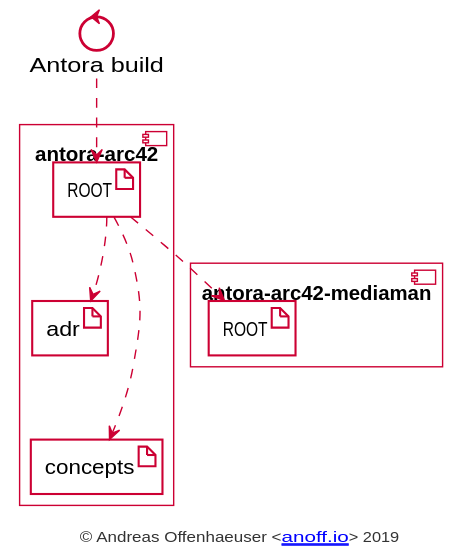
The PlantUML diagram assets/antora-puml/antora-component-setup.svg in anoff/blog, before a commit. Its diagram source:
```plantuml
@startuml antora-component-setup



skinparam ActivityBackgroundColor #ffffff
skinparam ActivityBorderColor #c03
skinparam ActivityBorderThickness 1
skinparam ActivityDiamondBackgroundColor #ffffff
skinparam ActivityDiamondBorderColor #c03
skinparam ActivityDiamondFontColor #000000
skinparam ActivityFontColor #000000
skinparam ActorBackgroundColor #ffffff
skinparam ActorBorderColor #c03
skinparam ActorFontColor #000000
skinparam ActorStereotypeFontColor #000000
skinparam AgentBackgroundColor #ffffff
skinparam AgentBorderColor #c03
skinparam AgentBorderThickness 1
skinparam AgentFontColor #000000
skinparam AgentStereotypeFontColor #000000
skinparam ArrowColor #c03
skinparam ArrowFontColor #000000
skinparam ArtifactBackgroundColor #ffffff
skinparam ArtifactBorderColor #c03
skinparam ArtifactFontColor #000000
skinparam ArtifactStereotypeFontColor #000000
skinparam BackgroundColor #ffffff
skinparam BiddableBackgroundColor #ffffff
skinparam BiddableBorderColor #c03
skinparam BoundaryBackgroundColor #ffffff
skinparam BoundaryBorderColor #c03
skinparam BoundaryFontColor #000000
skinparam BoundaryStereotypeFontColor #000000
skinparam CaptionFontColor #000000
skinparam CardBackgroundColor #ffffff
skinparam CardBorderColor #c03
skinparam CardBorderThickness 1
skinparam CardFontColor #000000
skinparam CardStereotypeFontColor #000000
skinparam CircledCharacterFontColor #000000
skinparam ClassAttributeFontColor #000000
skinparam ClassBackgroundColor #ffffff
skinparam ClassBorderColor #c03
skinparam ClassBorderThickness 1
skinparam ClassFontColor #000000
skinparam ClassHeaderBackgroundColor #ffffff
skinparam ClassStereotypeFontColor #000000
skinparam CloudBackgroundColor #ffffff
skinparam CloudBorderColor #c03
skinparam CloudFontColor #000000
skinparam CloudStereotypeFontColor #000000
skinparam CollectionsBackgroundColor #ffffff
skinparam CollectionsBorderColor #c03
skinparam ComponentBackgroundColor #ffffff
skinparam ComponentBorderColor #c03
skinparam ComponentBorderThickness 1
skinparam ComponentFontColor #000000
skinparam ComponentStereotypeFontColor #000000
skinparam ControlBackgroundColor #ffffff
skinparam ControlBorderColor #c03
skinparam ControlFontColor #000000
skinparam ControlStereotypeFontColor #000000
skinparam DatabaseBackgroundColor #ffffff
skinparam DatabaseBorderColor #c03
skinparam DatabaseFontColor #000000
skinparam DatabaseStereotypeFontColor #000000
skinparam DefaultFontColor #000000
skinparam DefaultTextAlignment center
skinparam DesignedBackgroundColor #ffffff
skinparam DesignedBorderColor #c03
skinparam DesignedDomainBorderThickness 1
skinparam DesignedDomainFontColor #000000
skinparam DesignedDomainStereotypeFontColor #000000
skinparam DiagramBorderColor #ffffff
skinparam DiagramBorderThickness 0
skinparam DomainBackgroundColor #ffffff
skinparam DomainBorderColor #c03
skinparam DomainBorderThickness 1
skinparam DomainFontColor #000000
skinparam DomainStereotypeFontColor #000000
skinparam EntityBackgroundColor #ffffff
skinparam EntityBorderColor #c03
skinparam EntityFontColor #000000
skinparam EntityStereotypeFontColor #000000
skinparam FileBackgroundColor #ffffff
skinparam FileBorderColor #c03
skinparam FileFontColor #000000
skinparam FileStereotypeFontColor #000000
skinparam FolderBackgroundColor #ffffff
skinparam FolderBorderColor #c03
skinparam FolderFontColor #000000
skinparam FolderStereotypeFontColor #000000
skinparam FooterFontColor #333
skinparam FrameBackgroundColor #ffffff
skinparam FrameBorderColor #c03
skinparam FrameFontColor #000000
skinparam FrameStereotypeFontColor #000000
skinparam HeaderFontColor #000000
skinparam IconPackageBackgroundColor #ffffff
skinparam IconPrivateBackgroundColor #ffffff
skinparam IconProtectedBackgroundColor #ffffff
skinparam IconPublicBackgroundColor #ffffff
skinparam InterfaceBackgroundColor #ffffff
skinparam InterfaceBorderColor #c03
skinparam InterfaceFontColor #000000
skinparam InterfaceStereotypeFontColor #000000
skinparam LegendBackgroundColor #ffffff
skinparam LegendBorderColor #c03
skinparam LegendBorderThickness 1
skinparam LegendFontColor #000000
skinparam LexicalBackgroundColor #ffffff
skinparam LexicalBorderColor #c03
skinparam MachineBackgroundColor #ffffff
skinparam MachineBorderColor #c03
skinparam MachineBorderThickness 1
skinparam MachineFontColor #000000
skinparam MachineStereotypeFontColor #000000
skinparam NodeBackgroundColor #ffffff
skinparam NodeBorderColor #c03
skinparam NodeFontColor #000000
skinparam NodeStereotypeFontColor #000000
skinparam NoteBackgroundColor #ffffff
skinparam NoteBorderColor #c03
skinparam NoteBorderThickness 1
skinparam NoteFontColor #000000
skinparam ObjectAttributeFontColor #000000
skinparam ObjectBackgroundColor #ffffff
skinparam ObjectBorderColor #c03
skinparam ObjectBorderThickness 1
skinparam ObjectFontColor #000000
skinparam ObjectStereotypeFontColor #000000
skinparam PackageBackgroundColor #ffffff
skinparam PackageBorderColor #c03
skinparam PackageBorderThickness 1
skinparam PackageFontColor #000000
skinparam PackageStereotypeFontColor #000000
skinparam PageBorderColor #c03
skinparam ParticipantBackgroundColor #ffffff
skinparam ParticipantBorderColor #c03
skinparam ParticipantFontColor #000000
skinparam PartitionBackgroundColor #ffffff
skinparam PartitionBorderColor #c03
skinparam PartitionBorderThickness 1
skinparam PartitionFontColor #000000
skinparam QueueBackgroundColor #ffffff
skinparam QueueBorderColor #c03
skinparam QueueFontColor #000000
skinparam QueueStereotypeFontColor #000000
skinparam RectangleBackgroundColor #ffffff
skinparam RectangleBorderColor #c03
skinparam RectangleBorderThickness 1
skinparam RectangleFontColor #000000
skinparam RectangleStereotypeFontColor #000000
skinparam RequirementBackgroundColor #ffffff
skinparam RequirementBorderColor #c03
skinparam RequirementBorderThickness 1
skinparam RequirementFontColor #000000
skinparam RequirementStereotypeFontColor #000000
skinparam RoundCorner 0
skinparam SequenceActorBorderThickness 1
skinparam SequenceBoxBackgroundColor #ffffff
skinparam SequenceBoxBorderColor #c03
skinparam SequenceBoxFontColor #000000
skinparam SequenceDelayFontColor #000000
skinparam SequenceDividerBackgroundColor #ffffff
skinparam SequenceDividerBorderColor #c03
skinparam SequenceDividerBorderThickness 1
skinparam SequenceDividerFontColor #000000
skinparam SequenceGroupBackgroundColor #ffffff
skinparam SequenceGroupBodyBackgroundColor #ffffff
skinparam SequenceGroupBorderColor #c03
skinparam SequenceGroupBorderThickness 1
skinparam SequenceGroupFontColor #000000
skinparam SequenceGroupHeaderFontColor #000000
skinparam SequenceLifeLineBackgroundColor #ffffff
skinparam SequenceLifeLineBorderColor #c03
skinparam SequenceLifeLineBorderThickness 1
skinparam SequenceParticipantBorderThickness 1
skinparam SequenceReferenceBackgroundColor #ffffff
skinparam SequenceReferenceBorderColor #c03
skinparam SequenceReferenceBorderThickness 1
skinparam SequenceReferenceFontColor #000000
skinparam SequenceReferenceHeaderBackgroundColor #ffffff
skinparam SequenceStereotypeFontColor #000000
skinparam SequenceTitleFontColor #000000
skinparam Shadowing false
skinparam StackBackgroundColor #ffffff
skinparam StackBorderColor #c03
skinparam StackFontColor #000000
skinparam StackStereotypeFontColor #000000
skinparam StateAttributeFontColor #000000
skinparam StateBackgroundColor #ffffff
skinparam StateBorderColor #c03
skinparam StateFontColor #000000
skinparam StereotypeABackgroundColor #ffffff
skinparam StereotypeABorderColor #c03
skinparam StereotypeCBackgroundColor #ffffff
skinparam StereotypeCBorderColor #c03
skinparam StereotypeEBackgroundColor #ffffff
skinparam StereotypeEBorderColor #c03
skinparam StereotypeIBackgroundColor #ffffff
skinparam StereotypeIBorderColor #c03
skinparam StereotypeNBackgroundColor #ffffff
skinparam StereotypeNBorderColor #c03
skinparam StorageBackgroundColor #ffffff
skinparam StorageBorderColor #c03
skinparam StorageFontColor #000000
skinparam StorageStereotypeFontColor #000000
skinparam SwimlaneBorderColor #c03
skinparam SwimlaneBorderThickness 1
skinparam SwimlaneTitleFontColor #000000
skinparam TitleBackgroundColor #ffffff
skinparam TitleBorderColor #ffffff
skinparam TitleBorderRoundCorner 0
skinparam TitleBorderThickness 1
skinparam TitleFontColor #c03
skinparam UsecaseBackgroundColor #ffffff
skinparam UsecaseBorderColor #c03
skinparam UsecaseBorderThickness 1
skinparam UsecaseFontColor #000000
skinparam UsecaseStereotypeFontColor #000000

center footer © Andreas Offenhaeuser <[[https://anoff.io anoff.io]]> 2019
component "antora-arc42" {
  artifact ROOT
  artifact adr
  artifact concepts
  ROOT -[hidden]down- adr
  concepts -[hidden]up- adr
}
component "antora-arc42-mediaman" {
  artifact ROOT as media_root
}
control "Antora build" as antora

antora ..> ROOT
ROOT ..> adr
ROOT ..> concepts
ROOT ..> media_root
footer © Andreas Offenhaeuser <[[https://anoff.io anoff.io]]> 2019
@enduml
```
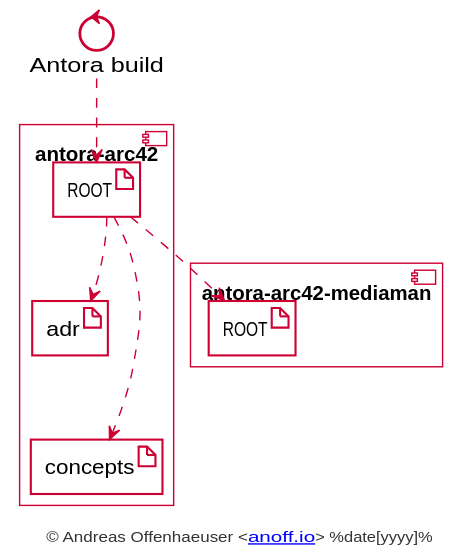
Above is the later version.

What changed in the source:
```diff
@@ -220,7 +220,7 @@
 skinparam UsecaseFontColor #000000
 skinparam UsecaseStereotypeFontColor #000000
 
-center footer © Andreas Offenhaeuser <[[https://anoff.io anoff.io]]> 2019
+center footer © Andreas Offenhaeuser <[[https://anoff.io anoff.io]]> %date[yyyy]%
 component "antora-arc42" {
   artifact ROOT
   artifact adr
@@ -237,5 +237,5 @@
 ROOT ..> adr
 ROOT ..> concepts
 ROOT ..> media_root
-footer © Andreas Offenhaeuser <[[https://anoff.io anoff.io]]> 2019
+footer © Andreas Offenhaeuser <[[https://anoff.io anoff.io]]> %date[yyyy]%
 @enduml
```
